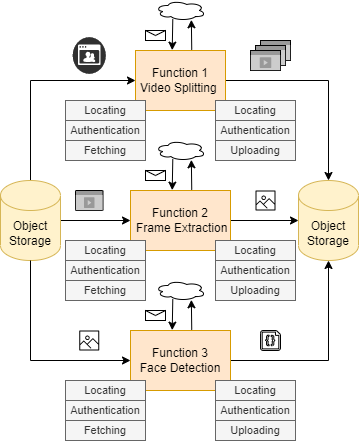
This is doc/diagrams/scn/scn_faas.dio.png from hpcclab/OaaS, a draw.io export, as it was before one commit. Source tidied: cells renumbered, new cells last; positions are measured from the earlier drawing's top-left corner, leaving out a move shared by most shapes.
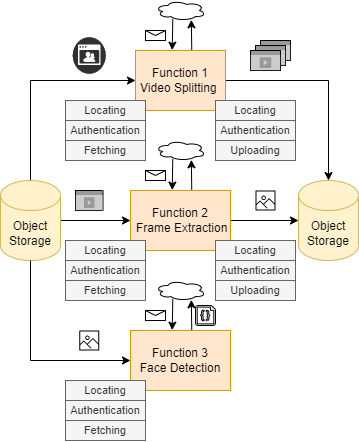
Later version of the same file.

Commit message:
Fix invocation graph configuration

The edit, as a diff of the source:
```diff
@@ -39,9 +39,6 @@
     <mxCell id="12" style="html=1;labelPosition=center;verticalLabelPosition=middle;verticalAlign=top;align=center;fontSize=12;spacingTop=-6;sketch=0;shape=mxgraph.sitemap.video;fillColor=#999999;strokeColor=#000000;" parent="1" vertex="1">
       <mxGeometry x="75" y="190" width="27.5" height="20" as="geometry" />
     </mxCell>
-    <mxCell id="13" style="edgeStyle=orthogonalEdgeStyle;rounded=0;jettySize=auto;html=1;entryX=0.5;entryY=1;entryDx=0;entryDy=0;entryPerimeter=0;" parent="1" edge="1" source="14" target="49">
-      <mxGeometry relative="1" as="geometry" />
-    </mxCell>
     <mxCell id="14" value="Function&amp;nbsp;3&lt;br&gt;Face Detection" style="rounded=0;whiteSpace=wrap;html=1;fillColor=#ffe6cc;strokeColor=#d79b00;" parent="1" vertex="1">
       <mxGeometry x="130" y="330" width="100" height="60" as="geometry" />
     </mxCell>
@@ -59,7 +56,7 @@
       <mxGeometry x="255" y="190" width="20" height="20" as="geometry" />
     </mxCell>
     <mxCell id="18" style="verticalLabelPosition=bottom;html=1;verticalAlign=top;align=center;shape=mxgraph.azure.code_file;" parent="1" vertex="1">
-      <mxGeometry x="260" y="330" width="20" height="20" as="geometry" />
+      <mxGeometry x="195" y="305" width="20" height="20" as="geometry" />
     </mxCell>
     <mxCell id="19" style="shape=message;html=1;whiteSpace=wrap;html=1;" parent="1" vertex="1">
       <mxGeometry x="145" y="30" width="20" height="10" as="geometry" />
@@ -154,15 +151,6 @@
     <mxCell id="45" value="&lt;span style=&quot;font-size: 11px;&quot;&gt;Fetching&lt;/span&gt;" style="rounded=0;whiteSpace=wrap;html=1;fillColor=#f5f5f5;strokeColor=#666666;labelBackgroundColor=none;fontColor=#333333;" parent="1" vertex="1">
       <mxGeometry x="65" y="420" width="80" height="20" as="geometry" />
     </mxCell>
-    <mxCell id="46" value="&lt;span style=&quot;font-size: 11px&quot;&gt;Uploading&lt;/span&gt;" style="rounded=0;whiteSpace=wrap;html=1;fillColor=#f5f5f5;strokeColor=#666666;labelBackgroundColor=none;fontColor=#333333;" parent="1" vertex="1">
-      <mxGeometry x="215" y="420" width="80" height="20" as="geometry" />
-    </mxCell>
-    <mxCell id="47" value="&lt;span style=&quot;font-size: 11px;&quot;&gt;Locating&lt;/span&gt;" style="rounded=0;whiteSpace=wrap;html=1;fillColor=#f5f5f5;strokeColor=#666666;labelBackgroundColor=none;fontColor=#333333;" parent="1" vertex="1">
-      <mxGeometry x="215" y="380" width="80" height="20" as="geometry" />
-    </mxCell>
-    <mxCell id="48" value="&lt;span style=&quot;font-size: 11px&quot;&gt;Authentication&lt;/span&gt;" style="rounded=0;whiteSpace=wrap;html=1;fillColor=#f5f5f5;strokeColor=#666666;labelBackgroundColor=none;fontColor=#333333;" parent="1" vertex="1">
-      <mxGeometry x="215" y="400" width="80" height="20" as="geometry" />
-    </mxCell>
     <mxCell id="49" value="Object Storage" style="shape=cylinder3;whiteSpace=wrap;html=1;boundedLbl=1;backgroundOutline=1;size=15;fillColor=#fff2cc;strokeColor=#d6b656;" parent="1" vertex="1">
       <mxGeometry x="298" y="180" width="60" height="80" as="geometry" />
     </mxCell>
```
